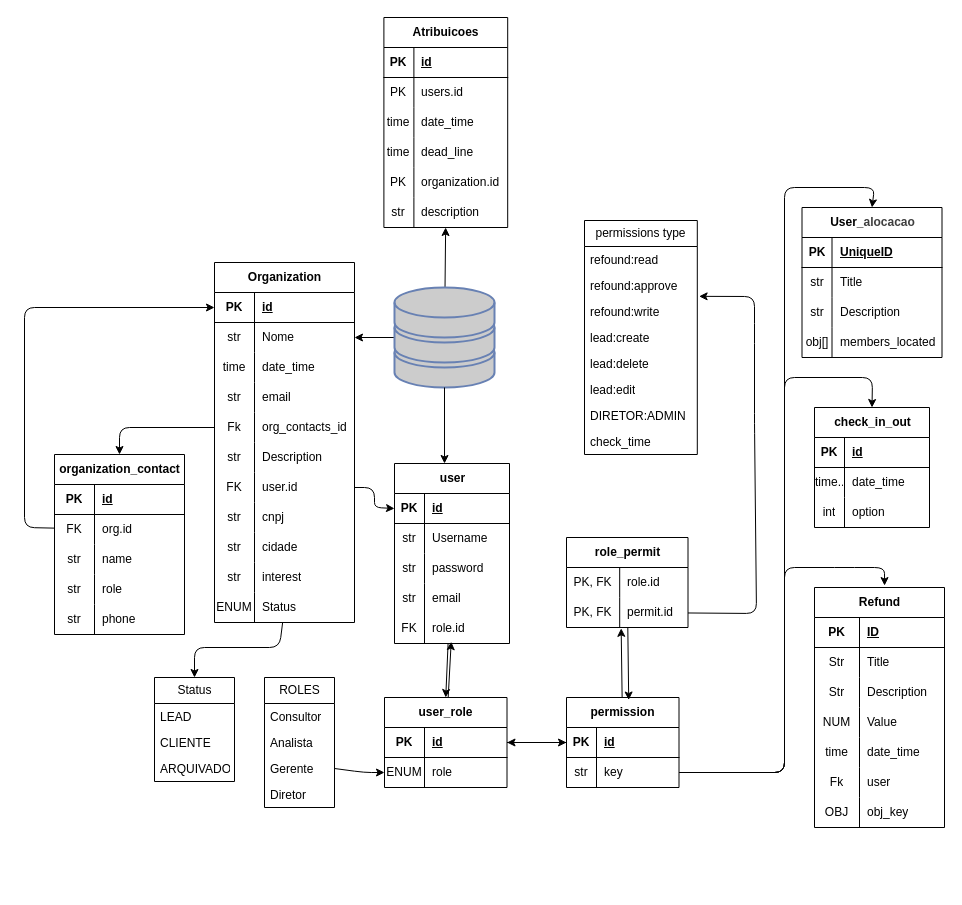
Before: modelBanco.dio in EJUnicap-org/api-intern-platform, a draw.io diagram. Source tidied: cells renumbered, new cells numbered last; positions are measured from the earlier drawing's top-left corner, leaving out a move shared by most shapes. Both pictures are drawn from the tidied source at 100%, with x=0, y=0 at pixel (24, 17).
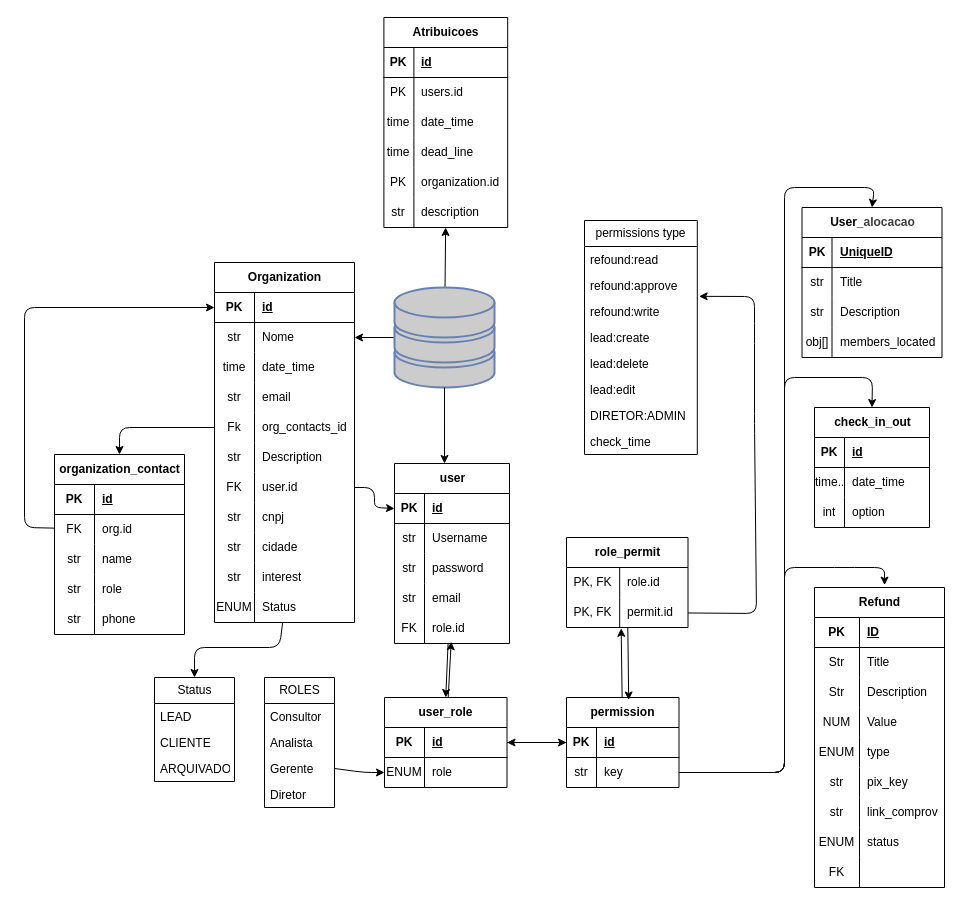
Above is the later version.

Unchanged cells that the change refers to:
```xml
<mxCell id="18" style="shape=tableRow;horizontal=0;startSize=0;swimlaneHead=0;swimlaneBody=0;fillColor=none;top=0;left=0;right=0;bottom=0;" parent="5" vertex="1">
  <mxGeometry y="150" width="130" height="30" as="geometry" />
</mxCell>
<mxCell id="21" style="shape=tableRow;horizontal=0;startSize=0;swimlaneHead=0;swimlaneBody=0;fillColor=none;top=0;left=0;right=0;bottom=0;" parent="5" vertex="1">
  <mxGeometry y="180" width="130" height="30" as="geometry" />
</mxCell>
<mxCell id="24" style="shape=tableRow;horizontal=0;startSize=0;swimlaneHead=0;swimlaneBody=0;fillColor=none;top=0;left=0;right=0;bottom=0;" parent="5" vertex="1">
  <mxGeometry y="210" width="130" height="30" as="geometry" />
</mxCell>
```

Change to the diagram source:
```diff
@@
     <mxCell id="5" value="Refund" style="shape=table;startSize=30;childLayout=tableLayout;rowLines=0;fontStyle=1;align=center;html=1;swimlaneLine=1;" parent="1" vertex="1">
-      <mxGeometry x="790" y="570" width="130" height="240" as="geometry" />
+      <mxGeometry x="790" y="570" width="130" height="300" as="geometry" />
     </mxCell>
@@
-    <mxCell id="19" value="time" style="shape=partialRectangle;fillColor=none;top=0;left=0;bottom=0;right=0;overflow=hidden;whiteSpace=wrap;html=1;" parent="18" vertex="1">
+    <mxCell id="19" value="ENUM" style="shape=partialRectangle;fillColor=none;top=0;left=0;bottom=0;right=0;overflow=hidden;whiteSpace=wrap;html=1;" parent="18" vertex="1">
       <mxGeometry width="45" height="30" as="geometry" />
     </mxCell>
-    <mxCell id="20" value="date_time" style="shape=partialRectangle;fillColor=none;top=0;left=0;bottom=0;right=0;align=left;spacingLeft=6;overflow=hidden;whiteSpace=wrap;html=1;" parent="18" vertex="1">
+    <mxCell id="20" value="type" style="shape=partialRectangle;fillColor=none;top=0;left=0;bottom=0;right=0;align=left;spacingLeft=6;overflow=hidden;whiteSpace=wrap;html=1;" parent="18" vertex="1">
       <mxGeometry x="45" width="85" height="30" as="geometry" />
     </mxCell>
@@
-    <mxCell id="22" value="Fk" style="shape=partialRectangle;fillColor=none;top=0;left=0;bottom=0;right=0;overflow=hidden;whiteSpace=wrap;html=1;" parent="21" vertex="1">
+    <mxCell id="22" value="str" style="shape=partialRectangle;fillColor=none;top=0;left=0;bottom=0;right=0;overflow=hidden;whiteSpace=wrap;html=1;" parent="21" vertex="1">
       <mxGeometry width="45" height="30" as="geometry" />
     </mxCell>
-    <mxCell id="23" value="user" style="shape=partialRectangle;fillColor=none;top=0;left=0;bottom=0;right=0;align=left;spacingLeft=6;overflow=hidden;whiteSpace=wrap;html=1;" parent="21" vertex="1">
+    <mxCell id="23" value="pix_key" style="shape=partialRectangle;fillColor=none;top=0;left=0;bottom=0;right=0;align=left;spacingLeft=6;overflow=hidden;whiteSpace=wrap;html=1;" parent="21" vertex="1">
       <mxGeometry x="45" width="85" height="30" as="geometry" />
     </mxCell>
@@
-    <mxCell id="25" value="OBJ" style="shape=partialRectangle;fillColor=none;top=0;left=0;bottom=0;right=0;overflow=hidden;whiteSpace=wrap;html=1;" parent="24" vertex="1">
-      <mxGeometry width="45" height="30" as="geometry" />
-    </mxCell>
-    <mxCell id="26" value="obj_key" style="shape=partialRectangle;fillColor=none;top=0;left=0;bottom=0;right=0;align=left;spacingLeft=6;overflow=hidden;whiteSpace=wrap;html=1;" parent="24" vertex="1">
-      <mxGeometry x="45" width="85" height="30" as="geometry" />
-    </mxCell>
+    <mxCell id="191" value="str" style="shape=partialRectangle;fillColor=none;top=0;left=0;bottom=0;right=0;overflow=hidden;whiteSpace=wrap;html=1;" parent="24" vertex="1">
+      <mxGeometry width="45" height="30" as="geometry" />
+    </mxCell>
+    <mxCell id="192" value="link_comprov" style="shape=partialRectangle;fillColor=none;top=0;left=0;bottom=0;right=0;align=left;spacingLeft=6;overflow=hidden;whiteSpace=wrap;html=1;" parent="24" vertex="1">
+      <mxGeometry x="45" width="85" height="30" as="geometry" />
+    </mxCell>
+    <mxCell id="193" style="shape=tableRow;horizontal=0;startSize=0;swimlaneHead=0;swimlaneBody=0;fillColor=none;top=0;left=0;right=0;bottom=0;" parent="5" vertex="1">
+      <mxGeometry y="240" width="130" height="30" as="geometry" />
+    </mxCell>
+    <mxCell id="194" value="ENUM" style="shape=partialRectangle;fillColor=none;top=0;left=0;bottom=0;right=0;overflow=hidden;whiteSpace=wrap;html=1;" parent="193" vertex="1">
+      <mxGeometry width="45" height="30" as="geometry" />
+    </mxCell>
+    <mxCell id="195" value="status" style="shape=partialRectangle;fillColor=none;top=0;left=0;bottom=0;right=0;align=left;spacingLeft=6;overflow=hidden;whiteSpace=wrap;html=1;" parent="193" vertex="1">
+      <mxGeometry x="45" width="85" height="30" as="geometry" />
+    </mxCell>
+    <mxCell id="196" style="shape=tableRow;horizontal=0;startSize=0;swimlaneHead=0;swimlaneBody=0;fillColor=none;top=0;left=0;right=0;bottom=0;" parent="5" vertex="1">
+      <mxGeometry y="270" width="130" height="30" as="geometry" />
+    </mxCell>
+    <mxCell id="197" value="FK" style="shape=partialRectangle;fillColor=none;top=0;left=0;bottom=0;right=0;overflow=hidden;whiteSpace=wrap;html=1;" parent="196" vertex="1">
+      <mxGeometry width="45" height="30" as="geometry" />
+    </mxCell>
+    <mxCell id="198" style="shape=partialRectangle;fillColor=none;top=0;left=0;bottom=0;right=0;align=left;spacingLeft=6;overflow=hidden;whiteSpace=wrap;html=1;" parent="196" vertex="1">
+      <mxGeometry x="45" width="85" height="30" as="geometry" />
+    </mxCell>
```
